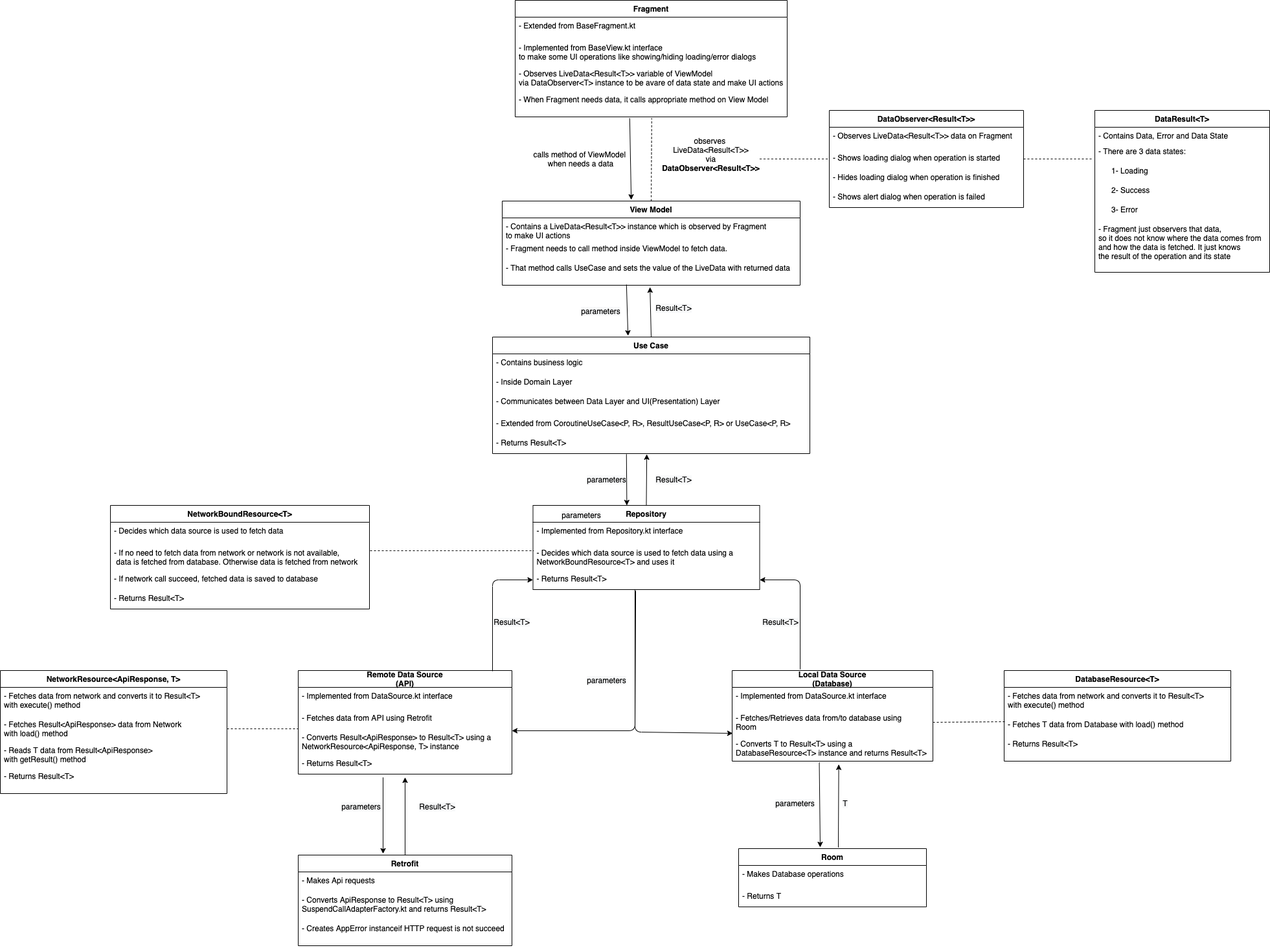
Above: images/data_flow_diagram.png in cimenmus/mvvm-android (draw.io), before the change. Source tidied: cells renumbered, new cells last; positions are measured from the earlier drawing's top-left corner, leaving out a move shared by most shapes.
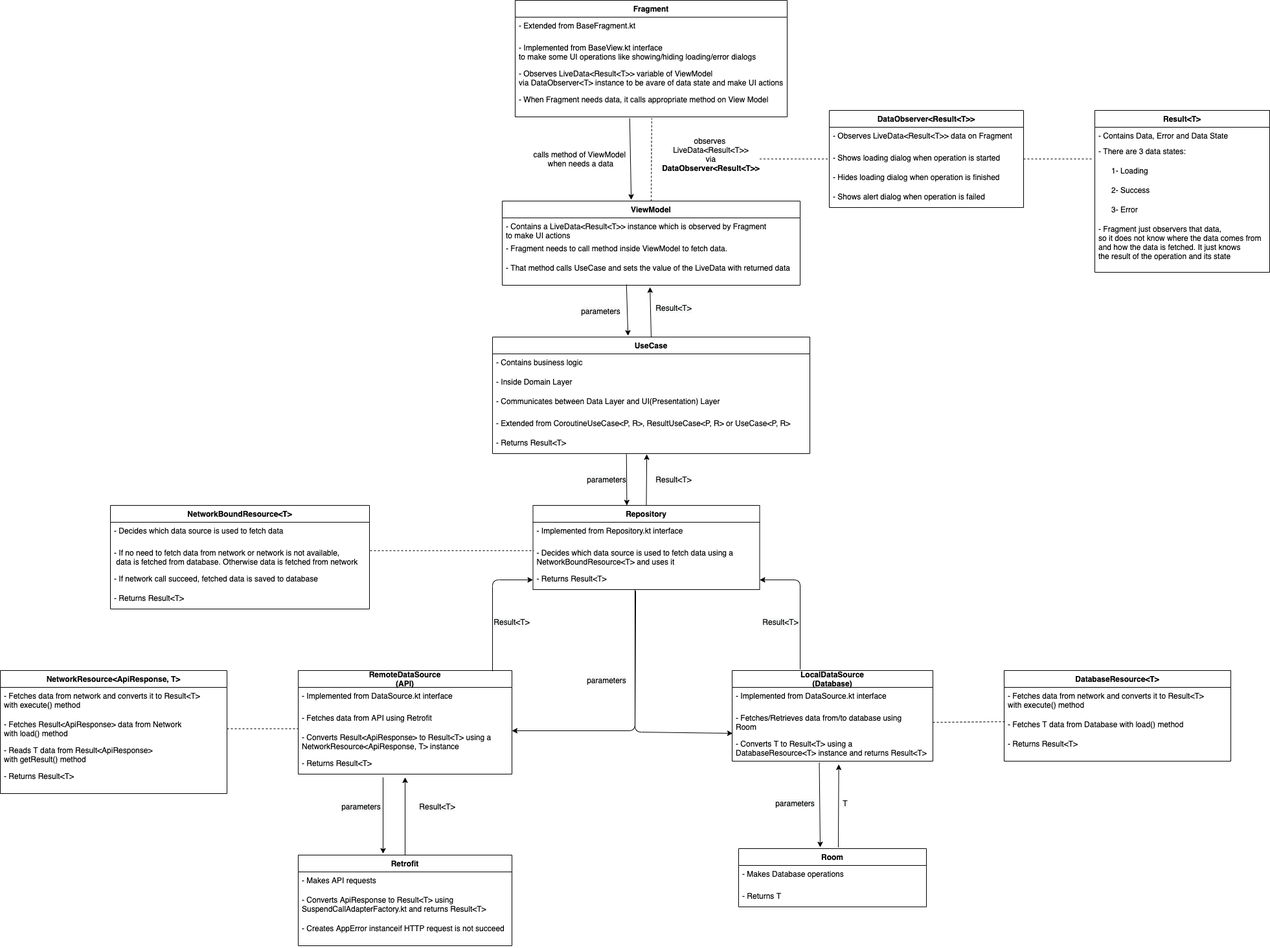
After the change.

The edit, as a diff of the source:
```diff
@@ -5,7 +5,7 @@
     <mxCell id="2" value="Retrofit" style="swimlane;fontStyle=1;horizontal=1;startSize=26;fillColor=none;" parent="1" vertex="1">
       <mxGeometry x="460" y="1320" width="330" height="140" as="geometry" />
     </mxCell>
-    <mxCell id="3" value="- Makes Api requests" style="text;strokeColor=none;fillColor=none;align=left;verticalAlign=top;spacingLeft=4;spacingRight=4;overflow=hidden;" parent="2" vertex="1">
+    <mxCell id="3" value="- Makes API requests" style="text;strokeColor=none;fillColor=none;align=left;verticalAlign=top;spacingLeft=4;spacingRight=4;overflow=hidden;" parent="2" vertex="1">
       <mxGeometry y="26" width="330" height="30" as="geometry" />
     </mxCell>
     <mxCell id="4" value="- Converts ApiResponse to Result&lt;T&gt; using &#10;SuspendCallAdapterFactory.kt and returns Result&lt;T&gt;" style="text;strokeColor=none;fillColor=none;align=left;verticalAlign=top;spacingLeft=4;spacingRight=4;overflow=hidden;" parent="2" vertex="1">
@@ -14,7 +14,7 @@
     <mxCell id="5" value="- Creates AppError instanceif HTTP request is not succeed" style="text;strokeColor=none;fillColor=none;align=left;verticalAlign=top;spacingLeft=4;spacingRight=4;overflow=hidden;" parent="2" vertex="1">
       <mxGeometry y="100" width="330" height="40" as="geometry" />
     </mxCell>
-    <mxCell id="6" value="Remote Data Source&#10;(API)" style="swimlane;fontStyle=1;horizontal=1;startSize=26;fillColor=none;" parent="1" vertex="1">
+    <mxCell id="6" value="RemoteDataSource&#10;(API)" style="swimlane;fontStyle=1;horizontal=1;startSize=26;fillColor=none;" parent="1" vertex="1">
       <mxGeometry x="460" y="1035" width="330" height="160" as="geometry" />
     </mxCell>
     <mxCell id="7" value="- Implemented from DataSource.kt interface" style="text;strokeColor=none;fillColor=none;align=left;verticalAlign=top;spacingLeft=4;spacingRight=4;overflow=hidden;" parent="6" vertex="1">
@@ -54,7 +54,7 @@
     <mxCell id="17" value="- Returns T" style="text;strokeColor=none;fillColor=none;align=left;verticalAlign=top;spacingLeft=4;spacingRight=4;overflow=hidden;" parent="15" vertex="1">
       <mxGeometry y="60" width="290" height="30" as="geometry" />
     </mxCell>
-    <mxCell id="18" value="Local Data Source&#10;(Database)" style="swimlane;fontStyle=1;horizontal=1;startSize=26;fillColor=none;" parent="1" vertex="1">
+    <mxCell id="18" value="LocalDataSource&#10;(Database)" style="swimlane;fontStyle=1;horizontal=1;startSize=26;fillColor=none;" parent="1" vertex="1">
       <mxGeometry x="1130" y="1035" width="310" height="140" as="geometry" />
     </mxCell>
     <mxCell id="19" value="- Implemented from DataSource.kt interface" style="text;strokeColor=none;fillColor=none;align=left;verticalAlign=top;spacingLeft=4;spacingRight=4;overflow=hidden;" parent="18" vertex="1">
@@ -101,7 +101,7 @@
     <mxCell id="32" value="&lt;span style=&quot;color: rgb(0 , 0 , 0) ; font-family: &amp;#34;helvetica&amp;#34; ; font-size: 12px ; font-style: normal ; font-weight: 400 ; letter-spacing: normal ; text-align: left ; text-indent: 0px ; text-transform: none ; word-spacing: 0px ; background-color: rgb(248 , 249 , 250) ; display: inline ; float: none&quot;&gt;Result&amp;lt;T&amp;gt;&lt;/span&gt;" style="text;html=1;strokeColor=none;fillColor=none;align=center;verticalAlign=middle;whiteSpace=wrap;rounded=0;" parent="1" vertex="1">
       <mxGeometry x="1170" y="950" width="70" height="20" as="geometry" />
     </mxCell>
-    <mxCell id="33" value="View Model" style="swimlane;fontStyle=1;horizontal=1;startSize=26;fillColor=none;" parent="1" vertex="1">
+    <mxCell id="33" value="ViewModel" style="swimlane;fontStyle=1;horizontal=1;startSize=26;fillColor=none;" parent="1" vertex="1">
       <mxGeometry x="775" y="310" width="460" height="130" as="geometry" />
     </mxCell>
     <mxCell id="34" value="- Contains a LiveData&lt;Result&lt;T&gt;&gt; instance which is observed by Fragment &#10;to make UI actions" style="text;strokeColor=none;fillColor=none;align=left;verticalAlign=top;spacingLeft=4;spacingRight=4;overflow=hidden;" parent="33" vertex="1">
@@ -152,7 +152,7 @@
     <mxCell id="49" value="- Shows alert dialog when operation is failed" style="text;strokeColor=none;fillColor=none;align=left;verticalAlign=top;spacingLeft=4;spacingRight=4;overflow=hidden;" parent="45" vertex="1">
       <mxGeometry y="120" width="300" height="30" as="geometry" />
     </mxCell>
-    <mxCell id="50" value="DataResult&lt;T&gt;" style="swimlane;fontStyle=1;horizontal=1;startSize=26;fillColor=none;" parent="1" vertex="1">
+    <mxCell id="50" value="Result&lt;T&gt;" style="swimlane;fontStyle=1;horizontal=1;startSize=26;fillColor=none;" parent="1" vertex="1">
       <mxGeometry x="1690" y="170" width="270" height="250" as="geometry" />
     </mxCell>
     <mxCell id="51" value="- Contains Data, Error and Data State" style="text;strokeColor=none;fillColor=none;align=left;verticalAlign=top;spacingLeft=4;spacingRight=4;overflow=hidden;" parent="50" vertex="1">
@@ -221,7 +221,7 @@
         </Array>
       </mxGeometry>
     </mxCell>
-    <mxCell id="70" value="Use Case" style="swimlane;fontStyle=1;horizontal=1;startSize=26;fillColor=none;" parent="1" vertex="1">
+    <mxCell id="70" value="UseCase" style="swimlane;fontStyle=1;horizontal=1;startSize=26;fillColor=none;" parent="1" vertex="1">
       <mxGeometry x="760" y="520" width="490" height="180" as="geometry" />
     </mxCell>
     <mxCell id="71" value="- Contains business logic" style="text;strokeColor=none;fillColor=none;align=left;verticalAlign=top;spacingLeft=4;spacingRight=4;overflow=hidden;" parent="70" vertex="1">
@@ -242,9 +242,6 @@
     <mxCell id="76" style="endArrow=classic;html=1;exitX=0.422;exitY=1.033;exitDx=0;exitDy=0;exitPerimeter=0;entryX=0.414;entryY=0;entryDx=0;entryDy=0;entryPerimeter=0;" parent="1" edge="1" source="75" target="26">
       <mxGeometry relative="1" as="geometry" />
     </mxCell>
-    <mxCell id="77" value="&lt;span style=&quot;color: rgb(0 , 0 , 0) ; font-family: &amp;#34;helvetica&amp;#34; ; font-size: 12px ; font-style: normal ; font-weight: 400 ; letter-spacing: normal ; text-align: left ; text-indent: 0px ; text-transform: none ; word-spacing: 0px ; background-color: rgb(248 , 249 , 250) ; display: inline ; float: none&quot;&gt;parameters&lt;/span&gt;" style="text;html=1;strokeColor=none;fillColor=none;align=center;verticalAlign=middle;whiteSpace=wrap;rounded=0;" parent="1" vertex="1">
-      <mxGeometry x="860" y="780" width="75" height="30" as="geometry" />
-    </mxCell>
     <mxCell id="78" style="endArrow=classic;html=1;exitX=0.5;exitY=0;exitDx=0;exitDy=0;entryX=0.486;entryY=1.033;entryDx=0;entryDy=0;entryPerimeter=0;" parent="1" edge="1" source="26" target="75">
       <mxGeometry relative="1" as="geometry" />
     </mxCell>
```
